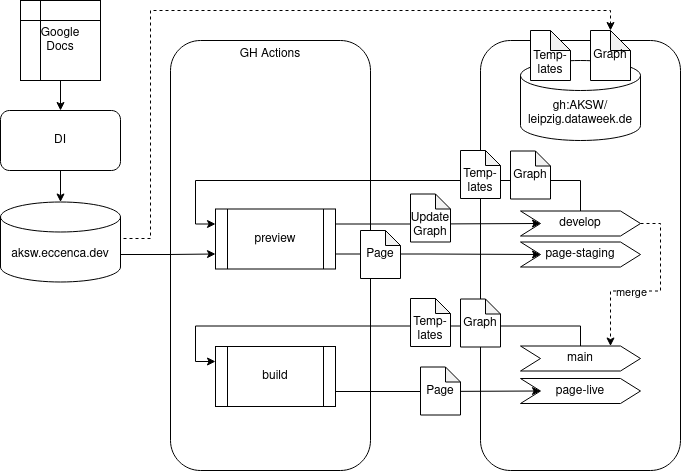
Earlier version of the draw.io export docu/page-build-setup.png (AKSW/leipzig.dataweek.de). Source tidied: cells renumbered, new cells last; positions are measured from the earlier drawing's top-left corner, leaving out a move shared by most shapes. Its diagram source:
```xml
<mxGraphModel>
  <root>
    <mxCell id="0" />
    <mxCell id="1" parent="0" />
    <mxCell id="2" style="rounded=1;whiteSpace=wrap;html=1;verticalAlign=top;" parent="1" vertex="1">
      <mxGeometry x="480" y="40" width="200" height="430" as="geometry" />
    </mxCell>
    <mxCell id="3" value="GH Actions" style="rounded=1;whiteSpace=wrap;html=1;verticalAlign=top;" parent="1" vertex="1">
      <mxGeometry x="170" y="40" width="200" height="430" as="geometry" />
    </mxCell>
    <mxCell id="4" style="edgeStyle=orthogonalEdgeStyle;rounded=0;jettySize=auto;html=1;exitX=1;exitY=0;exitDx=0;exitDy=27.5;exitPerimeter=0;entryX=0;entryY=0;entryDx=20;entryDy=0;entryPerimeter=0;dashed=1;" parent="1" edge="1" source="6" target="8">
      <mxGeometry relative="1" as="geometry">
        <Array as="points">
          <mxPoint x="150" y="238" />
          <mxPoint x="150" y="10" />
          <mxPoint x="610" y="10" />
        </Array>
      </mxGeometry>
    </mxCell>
    <mxCell id="5" style="edgeStyle=orthogonalEdgeStyle;rounded=0;jettySize=auto;html=1;exitX=1;exitY=0;exitDx=0;exitDy=52.5;exitPerimeter=0;entryX=0;entryY=0.75;entryDx=0;entryDy=0;" parent="1" edge="1" source="6" target="23">
      <mxGeometry relative="1" as="geometry" />
    </mxCell>
    <mxCell id="6" value="aksw.eccenca.dev" style="shape=cylinder3;whiteSpace=wrap;html=1;boundedLbl=1;backgroundOutline=1;size=15;" parent="1" vertex="1">
      <mxGeometry y="201.5" width="120" height="80" as="geometry" />
    </mxCell>
    <mxCell id="7" value="&lt;div&gt;gh:AKSW/&lt;/div&gt;&lt;div&gt;leipzig.dataweek.de&lt;/div&gt;" style="shape=cylinder3;whiteSpace=wrap;html=1;boundedLbl=1;backgroundOutline=1;size=15;" parent="1" vertex="1">
      <mxGeometry x="520" y="60" width="120" height="80" as="geometry" />
    </mxCell>
    <mxCell id="8" value="Graph" style="shape=note;whiteSpace=wrap;html=1;backgroundOutline=1;darkOpacity=0.05;size=20;" parent="1" vertex="1">
      <mxGeometry x="590" y="30" width="40" height="50" as="geometry" />
    </mxCell>
    <mxCell id="9" style="edgeStyle=orthogonalEdgeStyle;rounded=0;jettySize=auto;html=1;exitX=0.5;exitY=1;exitDx=0;exitDy=0;" parent="1" edge="1" source="10" target="12">
      <mxGeometry relative="1" as="geometry" />
    </mxCell>
    <mxCell id="10" value="&lt;div&gt;Google&lt;/div&gt;&lt;div&gt;Docs&lt;/div&gt;" style="shape=internalStorage;whiteSpace=wrap;html=1;backgroundOutline=1;" parent="1" vertex="1">
      <mxGeometry x="20" width="80" height="80" as="geometry" />
    </mxCell>
    <mxCell id="11" style="edgeStyle=orthogonalEdgeStyle;rounded=0;jettySize=auto;html=1;exitX=0.5;exitY=1;exitDx=0;exitDy=0;entryX=0.5;entryY=0;entryDx=0;entryDy=0;entryPerimeter=0;" parent="1" edge="1" source="12" target="6">
      <mxGeometry relative="1" as="geometry" />
    </mxCell>
    <mxCell id="12" value="DI" style="rounded=1;whiteSpace=wrap;html=1;" parent="1" vertex="1">
      <mxGeometry y="110" width="120" height="60" as="geometry" />
    </mxCell>
    <mxCell id="13" style="edgeStyle=orthogonalEdgeStyle;rounded=0;jettySize=auto;html=1;exitX=0.5;exitY=0;exitDx=0;exitDy=0;entryX=0;entryY=0.25;entryDx=0;entryDy=0;" parent="1" edge="1" source="14" target="25">
      <mxGeometry relative="1" as="geometry" />
    </mxCell>
    <mxCell id="14" value="main" style="shape=step;perimeter=stepPerimeter;whiteSpace=wrap;html=1;fixedSize=1;" parent="1" vertex="1">
      <mxGeometry x="520" y="345.5" width="120" height="25" as="geometry" />
    </mxCell>
    <mxCell id="15" style="edgeStyle=orthogonalEdgeStyle;rounded=0;jettySize=auto;html=1;exitX=0.5;exitY=0;exitDx=0;exitDy=0;entryX=0;entryY=0.25;entryDx=0;entryDy=0;" parent="1" edge="1" source="18" target="23">
      <mxGeometry relative="1" as="geometry">
        <Array as="points">
          <mxPoint x="580" y="180" />
          <mxPoint x="195" y="180" />
          <mxPoint x="195" y="224" />
        </Array>
      </mxGeometry>
    </mxCell>
    <mxCell id="16" style="edgeStyle=orthogonalEdgeStyle;rounded=0;jettySize=auto;html=1;exitX=1;exitY=0.5;exitDx=0;exitDy=0;entryX=0.75;entryY=0;entryDx=0;entryDy=0;dashed=1;" parent="1" edge="1" source="18" target="14">
      <mxGeometry relative="1" as="geometry" />
    </mxCell>
    <mxCell id="17" value="merge" style="edgeLabel;html=1;align=center;verticalAlign=middle;" parent="16" vertex="1">
      <mxGeometry x="0.29" y="1" relative="1" as="geometry">
        <mxPoint x="7" as="offset" />
      </mxGeometry>
    </mxCell>
    <mxCell id="18" value="develop" style="shape=step;perimeter=stepPerimeter;whiteSpace=wrap;html=1;fixedSize=1;" parent="1" vertex="1">
      <mxGeometry x="520" y="210.5" width="120" height="25" as="geometry" />
    </mxCell>
    <mxCell id="19" value="page-live" style="shape=step;perimeter=stepPerimeter;whiteSpace=wrap;html=1;fixedSize=1;" parent="1" vertex="1">
      <mxGeometry x="520" y="378" width="120" height="25" as="geometry" />
    </mxCell>
    <mxCell id="20" value="page-staging" style="shape=step;perimeter=stepPerimeter;whiteSpace=wrap;html=1;fixedSize=1;" parent="1" vertex="1">
      <mxGeometry x="520" y="241.5" width="120" height="25" as="geometry" />
    </mxCell>
    <mxCell id="21" style="edgeStyle=orthogonalEdgeStyle;rounded=0;jettySize=auto;html=1;exitX=1;exitY=0.75;exitDx=0;exitDy=0;entryX=0;entryY=0.5;entryDx=0;entryDy=0;" parent="1" edge="1" source="23" target="20">
      <mxGeometry relative="1" as="geometry" />
    </mxCell>
    <mxCell id="22" style="edgeStyle=orthogonalEdgeStyle;rounded=0;jettySize=auto;html=1;exitX=1;exitY=0.25;exitDx=0;exitDy=0;" parent="1" edge="1" source="23" target="18">
      <mxGeometry relative="1" as="geometry" />
    </mxCell>
    <mxCell id="23" value="preview" style="shape=process;whiteSpace=wrap;html=1;backgroundOutline=1;" parent="1" vertex="1">
      <mxGeometry x="215" y="208.5" width="120" height="60" as="geometry" />
    </mxCell>
    <mxCell id="24" style="edgeStyle=orthogonalEdgeStyle;rounded=0;jettySize=auto;html=1;exitX=1;exitY=0.75;exitDx=0;exitDy=0;entryX=0;entryY=0.5;entryDx=0;entryDy=0;" parent="1" edge="1" source="25" target="19">
      <mxGeometry relative="1" as="geometry" />
    </mxCell>
    <mxCell id="25" value="build" style="shape=process;whiteSpace=wrap;html=1;backgroundOutline=1;" parent="1" vertex="1">
      <mxGeometry x="215" y="346" width="120" height="60" as="geometry" />
    </mxCell>
    <mxCell id="26" value="&lt;div&gt;Update&lt;br&gt;&lt;/div&gt;&lt;div&gt;Graph&lt;/div&gt;" style="shape=note;whiteSpace=wrap;html=1;backgroundOutline=1;darkOpacity=0.05;size=15;verticalAlign=bottom;" parent="1" vertex="1">
      <mxGeometry x="410" y="193.5" width="40" height="48" as="geometry" />
    </mxCell>
    <mxCell id="27" value="Page" style="shape=note;whiteSpace=wrap;html=1;backgroundOutline=1;darkOpacity=0.05;size=15;" parent="1" vertex="1">
      <mxGeometry x="360" y="230" width="40" height="48" as="geometry" />
    </mxCell>
    <mxCell id="28" value="Page" style="shape=note;whiteSpace=wrap;html=1;backgroundOutline=1;darkOpacity=0.05;size=15;" parent="1" vertex="1">
      <mxGeometry x="420" y="366.5" width="40" height="48" as="geometry" />
    </mxCell>
    <mxCell id="29" value="&lt;div&gt;Graph&lt;/div&gt;" style="shape=note;whiteSpace=wrap;html=1;backgroundOutline=1;darkOpacity=0.05;size=15;verticalAlign=middle;" parent="1" vertex="1">
      <mxGeometry x="460" y="298.5" width="40" height="48" as="geometry" />
    </mxCell>
    <mxCell id="30" value="Temp-lates" style="shape=note;whiteSpace=wrap;html=1;backgroundOutline=1;darkOpacity=0.05;size=15;verticalAlign=bottom;" parent="1" vertex="1">
      <mxGeometry x="410" y="298" width="40" height="48" as="geometry" />
    </mxCell>
    <mxCell id="31" value="&lt;div&gt;Graph&lt;/div&gt;" style="shape=note;whiteSpace=wrap;html=1;backgroundOutline=1;darkOpacity=0.05;size=15;verticalAlign=middle;" parent="1" vertex="1">
      <mxGeometry x="510" y="150.5" width="40" height="48" as="geometry" />
    </mxCell>
    <mxCell id="32" value="Temp-lates" style="shape=note;whiteSpace=wrap;html=1;backgroundOutline=1;darkOpacity=0.05;size=15;verticalAlign=bottom;" parent="1" vertex="1">
      <mxGeometry x="460" y="150" width="40" height="48" as="geometry" />
    </mxCell>
    <mxCell id="33" value="Temp-lates" style="shape=note;whiteSpace=wrap;html=1;backgroundOutline=1;darkOpacity=0.05;size=20;verticalAlign=bottom;" parent="1" vertex="1">
      <mxGeometry x="530" y="30" width="40" height="50" as="geometry" />
    </mxCell>
  </root>
</mxGraphModel>
```
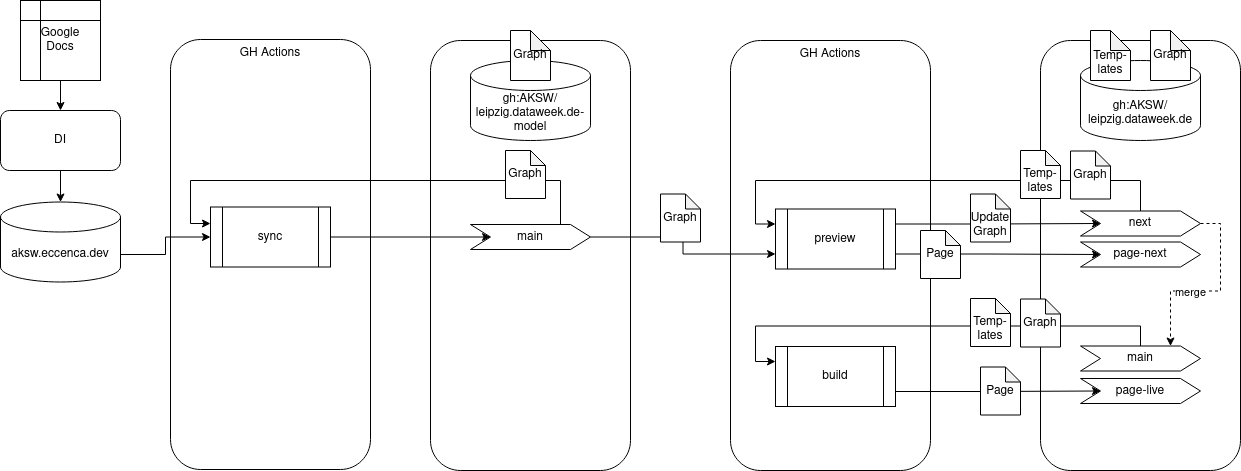
Above is the later version.

Commit message:
Update figure and remove docu from jekyll build

The edit, as a diff of the source:
```diff
@@ -2,26 +2,20 @@
   <root>
     <mxCell id="0" />
     <mxCell id="1" parent="0" />
+    <mxCell id="34" value="GH Actions" style="rounded=1;whiteSpace=wrap;html=1;verticalAlign=top;" parent="1" vertex="1">
+      <mxGeometry x="-390" y="39" width="200" height="430" as="geometry" />
+    </mxCell>
     <mxCell id="2" style="rounded=1;whiteSpace=wrap;html=1;verticalAlign=top;" parent="1" vertex="1">
       <mxGeometry x="480" y="40" width="200" height="430" as="geometry" />
     </mxCell>
     <mxCell id="3" value="GH Actions" style="rounded=1;whiteSpace=wrap;html=1;verticalAlign=top;" parent="1" vertex="1">
       <mxGeometry x="170" y="40" width="200" height="430" as="geometry" />
     </mxCell>
-    <mxCell id="4" style="edgeStyle=orthogonalEdgeStyle;rounded=0;jettySize=auto;html=1;exitX=1;exitY=0;exitDx=0;exitDy=27.5;exitPerimeter=0;entryX=0;entryY=0;entryDx=20;entryDy=0;entryPerimeter=0;dashed=1;" parent="1" edge="1" source="6" target="8">
-      <mxGeometry relative="1" as="geometry">
-        <Array as="points">
-          <mxPoint x="150" y="238" />
-          <mxPoint x="150" y="10" />
-          <mxPoint x="610" y="10" />
-        </Array>
-      </mxGeometry>
-    </mxCell>
-    <mxCell id="5" style="edgeStyle=orthogonalEdgeStyle;rounded=0;jettySize=auto;html=1;exitX=1;exitY=0;exitDx=0;exitDy=52.5;exitPerimeter=0;entryX=0;entryY=0.75;entryDx=0;entryDy=0;" parent="1" edge="1" source="6" target="23">
-      <mxGeometry relative="1" as="geometry" />
-    </mxCell>
+    <mxCell id="35" style="edgeStyle=orthogonalEdgeStyle;rounded=0;jettySize=auto;html=1;exitX=1;exitY=0;exitDx=0;exitDy=52.5;exitPerimeter=0;entryX=0;entryY=0.5;entryDx=0;entryDy=0;" parent="1" edge="1" source="6" target="42">
+      <mxGeometry relative="1" as="geometry" />
+    </mxCell>
     <mxCell id="6" value="aksw.eccenca.dev" style="shape=cylinder3;whiteSpace=wrap;html=1;boundedLbl=1;backgroundOutline=1;size=15;" parent="1" vertex="1">
-      <mxGeometry y="201.5" width="120" height="80" as="geometry" />
+      <mxGeometry x="-560" y="201.5" width="120" height="80" as="geometry" />
     </mxCell>
     <mxCell id="7" value="&lt;div&gt;gh:AKSW/&lt;/div&gt;&lt;div&gt;leipzig.dataweek.de&lt;/div&gt;" style="shape=cylinder3;whiteSpace=wrap;html=1;boundedLbl=1;backgroundOutline=1;size=15;" parent="1" vertex="1">
       <mxGeometry x="520" y="60" width="120" height="80" as="geometry" />
@@ -33,13 +27,13 @@
       <mxGeometry relative="1" as="geometry" />
     </mxCell>
     <mxCell id="10" value="&lt;div&gt;Google&lt;/div&gt;&lt;div&gt;Docs&lt;/div&gt;" style="shape=internalStorage;whiteSpace=wrap;html=1;backgroundOutline=1;" parent="1" vertex="1">
-      <mxGeometry x="20" width="80" height="80" as="geometry" />
+      <mxGeometry x="-540" width="80" height="80" as="geometry" />
     </mxCell>
     <mxCell id="11" style="edgeStyle=orthogonalEdgeStyle;rounded=0;jettySize=auto;html=1;exitX=0.5;exitY=1;exitDx=0;exitDy=0;entryX=0.5;entryY=0;entryDx=0;entryDy=0;entryPerimeter=0;" parent="1" edge="1" source="12" target="6">
       <mxGeometry relative="1" as="geometry" />
     </mxCell>
     <mxCell id="12" value="DI" style="rounded=1;whiteSpace=wrap;html=1;" parent="1" vertex="1">
-      <mxGeometry y="110" width="120" height="60" as="geometry" />
+      <mxGeometry x="-560" y="110" width="120" height="60" as="geometry" />
     </mxCell>
     <mxCell id="13" style="edgeStyle=orthogonalEdgeStyle;rounded=0;jettySize=auto;html=1;exitX=0.5;exitY=0;exitDx=0;exitDy=0;entryX=0;entryY=0.25;entryDx=0;entryDy=0;" parent="1" edge="1" source="14" target="25">
       <mxGeometry relative="1" as="geometry" />
@@ -64,13 +58,13 @@
         <mxPoint x="7" as="offset" />
       </mxGeometry>
     </mxCell>
-    <mxCell id="18" value="develop" style="shape=step;perimeter=stepPerimeter;whiteSpace=wrap;html=1;fixedSize=1;" parent="1" vertex="1">
+    <mxCell id="18" value="next" style="shape=step;perimeter=stepPerimeter;whiteSpace=wrap;html=1;fixedSize=1;" parent="1" vertex="1">
       <mxGeometry x="520" y="210.5" width="120" height="25" as="geometry" />
     </mxCell>
     <mxCell id="19" value="page-live" style="shape=step;perimeter=stepPerimeter;whiteSpace=wrap;html=1;fixedSize=1;" parent="1" vertex="1">
       <mxGeometry x="520" y="378" width="120" height="25" as="geometry" />
     </mxCell>
-    <mxCell id="20" value="page-staging" style="shape=step;perimeter=stepPerimeter;whiteSpace=wrap;html=1;fixedSize=1;" parent="1" vertex="1">
+    <mxCell id="20" value="page-next" style="shape=step;perimeter=stepPerimeter;whiteSpace=wrap;html=1;fixedSize=1;" parent="1" vertex="1">
       <mxGeometry x="520" y="241.5" width="120" height="25" as="geometry" />
     </mxCell>
     <mxCell id="21" style="edgeStyle=orthogonalEdgeStyle;rounded=0;jettySize=auto;html=1;exitX=1;exitY=0.75;exitDx=0;exitDy=0;entryX=0;entryY=0.5;entryDx=0;entryDy=0;" parent="1" edge="1" source="23" target="20">
@@ -112,5 +106,42 @@
     <mxCell id="33" value="Temp-lates" style="shape=note;whiteSpace=wrap;html=1;backgroundOutline=1;darkOpacity=0.05;size=20;verticalAlign=bottom;" parent="1" vertex="1">
       <mxGeometry x="530" y="30" width="40" height="50" as="geometry" />
     </mxCell>
+    <mxCell id="36" style="rounded=1;whiteSpace=wrap;html=1;verticalAlign=top;" parent="1" vertex="1">
+      <mxGeometry x="-130" y="40" width="200" height="430" as="geometry" />
+    </mxCell>
+    <mxCell id="37" value="&lt;div&gt;gh:AKSW/&lt;/div&gt;&lt;div&gt;leipzig.dataweek.de-model&lt;/div&gt;" style="shape=cylinder3;whiteSpace=wrap;html=1;boundedLbl=1;backgroundOutline=1;size=15;" parent="1" vertex="1">
+      <mxGeometry x="-90" y="60" width="120" height="80" as="geometry" />
+    </mxCell>
+    <mxCell id="38" value="Graph" style="shape=note;whiteSpace=wrap;html=1;backgroundOutline=1;darkOpacity=0.05;size=20;" parent="1" vertex="1">
+      <mxGeometry x="-50" y="30" width="40" height="50" as="geometry" />
+    </mxCell>
+    <mxCell id="39" style="edgeStyle=orthogonalEdgeStyle;rounded=0;jettySize=auto;html=1;exitX=1;exitY=0.5;exitDx=0;exitDy=0;entryX=0;entryY=0.75;entryDx=0;entryDy=0;" parent="1" edge="1" source="40" target="23">
+      <mxGeometry relative="1" as="geometry" />
+    </mxCell>
+    <mxCell id="40" value="main" style="shape=step;perimeter=stepPerimeter;whiteSpace=wrap;html=1;fixedSize=1;" parent="1" vertex="1">
+      <mxGeometry x="-90" y="224" width="120" height="25" as="geometry" />
+    </mxCell>
+    <mxCell id="41" style="edgeStyle=orthogonalEdgeStyle;rounded=0;jettySize=auto;html=1;exitX=1;exitY=0.5;exitDx=0;exitDy=0;entryX=0;entryY=0.5;entryDx=0;entryDy=0;" parent="1" edge="1" source="42" target="40">
+      <mxGeometry relative="1" as="geometry" />
+    </mxCell>
+    <mxCell id="42" value="sync" style="shape=process;whiteSpace=wrap;html=1;backgroundOutline=1;" parent="1" vertex="1">
+      <mxGeometry x="-350" y="206.5" width="120" height="60" as="geometry" />
+    </mxCell>
+    <mxCell id="43" style="edgeStyle=orthogonalEdgeStyle;rounded=0;jettySize=auto;html=1;entryX=0;entryY=0.25;entryDx=0;entryDy=0;exitX=0.75;exitY=0;exitDx=0;exitDy=0;" parent="1" edge="1" source="40">
+      <mxGeometry relative="1" as="geometry">
+        <mxPoint x="-350" y="223" as="targetPoint" />
+        <Array as="points">
+          <mxPoint y="180" />
+          <mxPoint x="-370" y="180" />
+          <mxPoint x="-370" y="223" />
+        </Array>
+      </mxGeometry>
+    </mxCell>
+    <mxCell id="44" value="&lt;div&gt;Graph&lt;/div&gt;" style="shape=note;whiteSpace=wrap;html=1;backgroundOutline=1;darkOpacity=0.05;size=15;verticalAlign=middle;" parent="1" vertex="1">
+      <mxGeometry x="-55" y="150" width="40" height="48" as="geometry" />
+    </mxCell>
+    <mxCell id="45" value="&lt;div&gt;Graph&lt;/div&gt;" style="shape=note;whiteSpace=wrap;html=1;backgroundOutline=1;darkOpacity=0.05;size=15;verticalAlign=middle;" parent="1" vertex="1">
+      <mxGeometry x="100" y="193.5" width="40" height="48" as="geometry" />
+    </mxCell>
   </root>
 </mxGraphModel>
```
